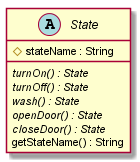
Before: doc/images/state_class.png, a diagram exported from PlantUML (familyboateaf4v/doubleSlashde9).
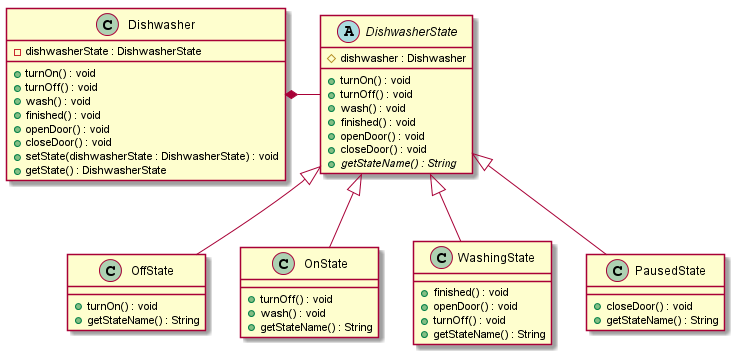
The same diagram one commit later.

Commit message:
Added/updated code skeleton, JUnit test and UML diagrams for State design pattern.

Diff of the diagram source:
```diff
@@ -1,13 +1,53 @@
 @startuml
 
-abstract class State {
-    #stateName : String
-    {abstract} turnOn() : State
-    {abstract} turnOff() : State
-    {abstract} wash() : State
-    {abstract} openDoor() : State
-    {abstract} closeDoor() : State
-    getStateName() : String
+class Dishwasher {
+    -dishwasherState : DishwasherState
+    +turnOn() : void
+    +turnOff() : void
+    +wash() : void
+    +finished() : void
+    +openDoor() : void
+    +closeDoor() : void
+    +setState(dishwasherState : DishwasherState) : void
+    +getState() : DishwasherState
 }
 
+abstract class DishwasherState {
+    #dishwasher : Dishwasher
+    +turnOn() : void
+    +turnOff() : void
+    +wash() : void
+    +finished() : void
+    +openDoor() : void
+    +closeDoor() : void
+    {abstract} +getStateName() : String
+}
+
+class OffState {
+    +turnOn() : void
+    +getStateName() : String
+}
+class OnState {
+    +turnOff() : void
+    +wash() : void
+    +getStateName() : String
+}
+class WashingState {
+    +finished() : void
+    +openDoor() : void
+    +turnOff() : void
+    +getStateName() : String
+}
+class PausedState {
+    +closeDoor() : void
+    +getStateName() : String
+}
+
+Dishwasher *-right- DishwasherState
+
+DishwasherState <|-- OffState
+DishwasherState <|-- OnState
+DishwasherState <|-- WashingState
+DishwasherState <|-- PausedState
+
 @enduml
```
